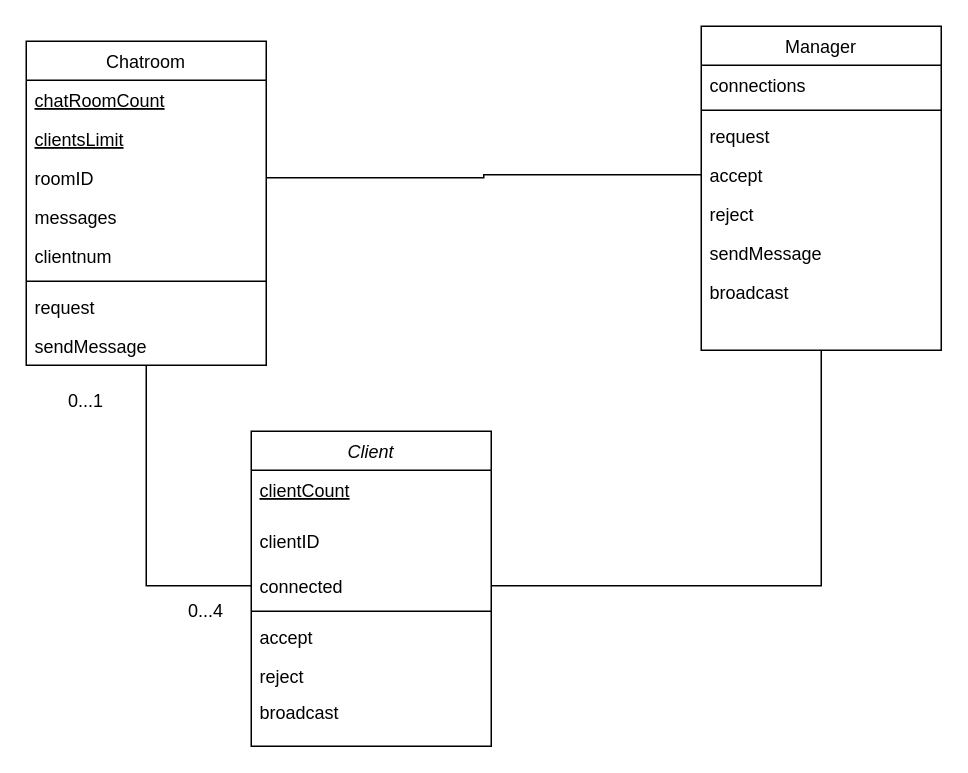
Earlier version of the draw.io diagram assignment1/Untitled Diagram.drawio (DJongstra/UA---Mosis). Source tidied: cells renumbered, new cells numbered last; positions are measured from the earlier drawing's top-left corner, leaving out a move shared by most shapes. Both pictures are drawn from the tidied source at 150%, with x=0, y=0 at pixel (26, 26).
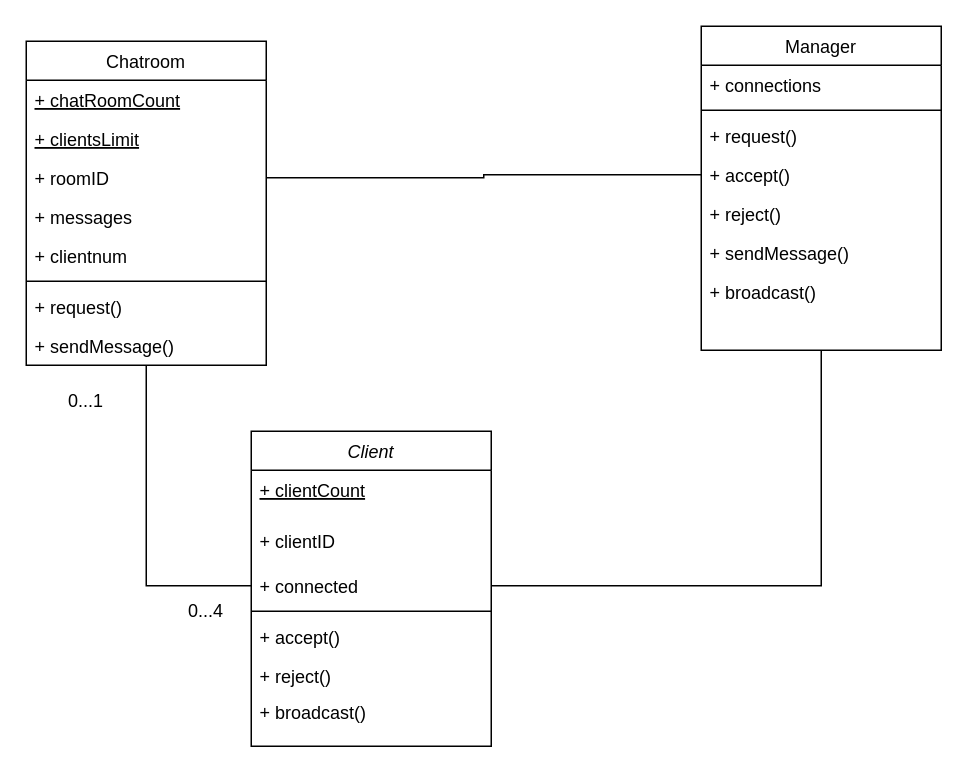
The same page after the edit.

The change refers to these unchanged cells:
```xml
<mxCell id="2" value="Chatroom" style="swimlane;fontStyle=0;align=center;verticalAlign=top;horizontal=1;startSize=26;rounded=0;shadow=0;strokeWidth=1;" parent="1" vertex="1">
  <mxGeometry y="10" width="160" height="216" as="geometry" />
</mxCell>
<mxCell id="12" value="Client" style="swimlane;fontStyle=2;align=center;verticalAlign=top;horizontal=1;startSize=26;rounded=0;shadow=0;strokeWidth=1;" parent="1" vertex="1">
  <mxGeometry x="150" y="270" width="160" height="210" as="geometry" />
</mxCell>
<mxCell id="24" value="Manager" style="swimlane;fontStyle=0;align=center;verticalAlign=top;horizontal=1;startSize=26;rounded=0;shadow=0;strokeWidth=1;" parent="1" vertex="1">
  <mxGeometry x="450" width="160" height="216" as="geometry" />
</mxCell>
```

The edit, as a diff of the source:
```diff
@@
-    <mxCell id="3" value="chatRoomCount" style="text;align=left;verticalAlign=top;spacingLeft=4;spacingRight=4;overflow=hidden;fontStyle=4;" parent="2" vertex="1">
+    <mxCell id="3" value="+ chatRoomCount" style="text;align=left;verticalAlign=top;spacingLeft=4;spacingRight=4;overflow=hidden;fontStyle=4;" parent="2" vertex="1">
       <mxGeometry y="26" width="160" height="26" as="geometry" />
     </mxCell>
-    <mxCell id="4" value="clientsLimit" style="text;align=left;verticalAlign=top;spacingLeft=4;spacingRight=4;overflow=hidden;rounded=0;shadow=0;html=0;fontStyle=4;" parent="2" vertex="1">
+    <mxCell id="4" value="+ clientsLimit" style="text;align=left;verticalAlign=top;spacingLeft=4;spacingRight=4;overflow=hidden;rounded=0;shadow=0;html=0;fontStyle=4;" parent="2" vertex="1">
       <mxGeometry y="52" width="160" height="26" as="geometry" />
     </mxCell>
-    <mxCell id="5" value="roomID" style="text;align=left;verticalAlign=top;spacingLeft=4;spacingRight=4;overflow=hidden;points=[[0,0.5],[1,0.5]];portConstraint=eastwest;rounded=0;shadow=0;html=0;fontStyle=0;" parent="2" vertex="1">
+    <mxCell id="5" value="+ roomID" style="text;align=left;verticalAlign=top;spacingLeft=4;spacingRight=4;overflow=hidden;points=[[0,0.5],[1,0.5]];portConstraint=eastwest;rounded=0;shadow=0;html=0;fontStyle=0;" parent="2" vertex="1">
       <mxGeometry y="78" width="160" height="26" as="geometry" />
     </mxCell>
-    <mxCell id="6" value="messages" style="text;align=left;verticalAlign=top;spacingLeft=4;spacingRight=4;overflow=hidden;rounded=0;shadow=0;html=0;fontStyle=0;" parent="2" vertex="1">
+    <mxCell id="6" value="+ messages" style="text;align=left;verticalAlign=top;spacingLeft=4;spacingRight=4;overflow=hidden;rounded=0;shadow=0;html=0;fontStyle=0;" parent="2" vertex="1">
       <mxGeometry y="104" width="160" height="26" as="geometry" />
     </mxCell>
-    <mxCell id="7" value="clientnum" style="text;align=left;verticalAlign=top;spacingLeft=4;spacingRight=4;overflow=hidden;rounded=0;shadow=0;html=0;fontStyle=0;" parent="2" vertex="1">
+    <mxCell id="7" value="+ clientnum" style="text;align=left;verticalAlign=top;spacingLeft=4;spacingRight=4;overflow=hidden;rounded=0;shadow=0;html=0;fontStyle=0;" parent="2" vertex="1">
       <mxGeometry y="130" width="160" height="26" as="geometry" />
     </mxCell>
@@
-    <mxCell id="9" value="request" style="text;align=left;verticalAlign=top;spacingLeft=4;spacingRight=4;overflow=hidden;fontStyle=0;" parent="2" vertex="1">
+    <mxCell id="9" value="+ request()" style="text;align=left;verticalAlign=top;spacingLeft=4;spacingRight=4;overflow=hidden;fontStyle=0;" parent="2" vertex="1">
       <mxGeometry y="164" width="160" height="26" as="geometry" />
     </mxCell>
-    <mxCell id="10" value="sendMessage" style="text;align=left;verticalAlign=top;spacingLeft=4;spacingRight=4;overflow=hidden;" parent="2" vertex="1">
+    <mxCell id="10" value="+ sendMessage()" style="text;align=left;verticalAlign=top;spacingLeft=4;spacingRight=4;overflow=hidden;" parent="2" vertex="1">
       <mxGeometry y="190" width="160" height="26" as="geometry" />
     </mxCell>
@@
-    <mxCell id="13" value="clientCount" style="text;align=left;verticalAlign=top;spacingLeft=4;spacingRight=4;overflow=hidden;fontStyle=4;" parent="12" vertex="1">
+    <mxCell id="13" value="+ clientCount" style="text;align=left;verticalAlign=top;spacingLeft=4;spacingRight=4;overflow=hidden;fontStyle=4;" parent="12" vertex="1">
       <mxGeometry y="26" width="160" height="34" as="geometry" />
     </mxCell>
-    <mxCell id="14" value="clientID" style="text;align=left;verticalAlign=top;spacingLeft=4;spacingRight=4;overflow=hidden;fontStyle=0;" parent="12" vertex="1">
+    <mxCell id="14" value="+ clientID" style="text;align=left;verticalAlign=top;spacingLeft=4;spacingRight=4;overflow=hidden;fontStyle=0;" parent="12" vertex="1">
       <mxGeometry y="60" width="160" height="30" as="geometry" />
     </mxCell>
-    <mxCell id="15" value="connected" style="text;align=left;verticalAlign=top;spacingLeft=4;spacingRight=4;overflow=hidden;points=[[0,0.5],[1,0.5]];portConstraint=eastwest;fontStyle=0;" parent="12" vertex="1">
+    <mxCell id="15" value="+ connected" style="text;align=left;verticalAlign=top;spacingLeft=4;spacingRight=4;overflow=hidden;points=[[0,0.5],[1,0.5]];portConstraint=eastwest;fontStyle=0;" parent="12" vertex="1">
       <mxGeometry y="90" width="160" height="26" as="geometry" />
     </mxCell>
@@
-    <mxCell id="17" value="accept" style="text;align=left;verticalAlign=top;spacingLeft=4;spacingRight=4;overflow=hidden;rounded=0;shadow=0;html=0;" parent="12" vertex="1">
+    <mxCell id="17" value="+ accept()" style="text;align=left;verticalAlign=top;spacingLeft=4;spacingRight=4;overflow=hidden;rounded=0;shadow=0;html=0;" parent="12" vertex="1">
       <mxGeometry y="124" width="160" height="26" as="geometry" />
     </mxCell>
-    <mxCell id="18" value="reject" style="text;align=left;verticalAlign=top;spacingLeft=4;spacingRight=4;overflow=hidden;" parent="12" vertex="1">
+    <mxCell id="18" value="+ reject()" style="text;align=left;verticalAlign=top;spacingLeft=4;spacingRight=4;overflow=hidden;" parent="12" vertex="1">
       <mxGeometry y="150" width="160" height="24" as="geometry" />
     </mxCell>
-    <mxCell id="19" value="broadcast" style="text;align=left;verticalAlign=top;spacingLeft=4;spacingRight=4;overflow=hidden;" parent="12" vertex="1">
+    <mxCell id="19" value="+ broadcast()" style="text;align=left;verticalAlign=top;spacingLeft=4;spacingRight=4;overflow=hidden;" parent="12" vertex="1">
       <mxGeometry y="174" width="160" height="26" as="geometry" />
     </mxCell>
@@
-    <mxCell id="25" value="connections" style="text;align=left;verticalAlign=top;spacingLeft=4;spacingRight=4;overflow=hidden;" parent="24" vertex="1">
+    <mxCell id="25" value="+ connections" style="text;align=left;verticalAlign=top;spacingLeft=4;spacingRight=4;overflow=hidden;" parent="24" vertex="1">
       <mxGeometry y="26" width="160" height="26" as="geometry" />
     </mxCell>
@@
-    <mxCell id="27" value="request" style="text;align=left;verticalAlign=top;spacingLeft=4;spacingRight=4;overflow=hidden;" parent="24" vertex="1">
+    <mxCell id="27" value="+ request()" style="text;align=left;verticalAlign=top;spacingLeft=4;spacingRight=4;overflow=hidden;" parent="24" vertex="1">
       <mxGeometry y="60" width="160" height="26" as="geometry" />
     </mxCell>
-    <mxCell id="28" value="accept" style="text;align=left;verticalAlign=top;spacingLeft=4;spacingRight=4;overflow=hidden;points=[[0,0.5],[1,0.5]];portConstraint=eastwest;" parent="24" vertex="1">
+    <mxCell id="28" value="+ accept()" style="text;align=left;verticalAlign=top;spacingLeft=4;spacingRight=4;overflow=hidden;points=[[0,0.5],[1,0.5]];portConstraint=eastwest;" parent="24" vertex="1">
       <mxGeometry y="86" width="160" height="26" as="geometry" />
     </mxCell>
-    <mxCell id="29" value="reject" style="text;align=left;verticalAlign=top;spacingLeft=4;spacingRight=4;overflow=hidden;" parent="24" vertex="1">
+    <mxCell id="29" value="+ reject()" style="text;align=left;verticalAlign=top;spacingLeft=4;spacingRight=4;overflow=hidden;" parent="24" vertex="1">
       <mxGeometry y="112" width="160" height="26" as="geometry" />
     </mxCell>
-    <mxCell id="30" value="sendMessage" style="text;align=left;verticalAlign=top;spacingLeft=4;spacingRight=4;overflow=hidden;" parent="24" vertex="1">
+    <mxCell id="30" value="+ sendMessage()" style="text;align=left;verticalAlign=top;spacingLeft=4;spacingRight=4;overflow=hidden;" parent="24" vertex="1">
       <mxGeometry y="138" width="160" height="26" as="geometry" />
     </mxCell>
-    <mxCell id="31" value="broadcast" style="text;align=left;verticalAlign=top;spacingLeft=4;spacingRight=4;overflow=hidden;" parent="24" vertex="1">
+    <mxCell id="31" value="+ broadcast()" style="text;align=left;verticalAlign=top;spacingLeft=4;spacingRight=4;overflow=hidden;" parent="24" vertex="1">
       <mxGeometry y="164" width="160" height="26" as="geometry" />
     </mxCell>
```
